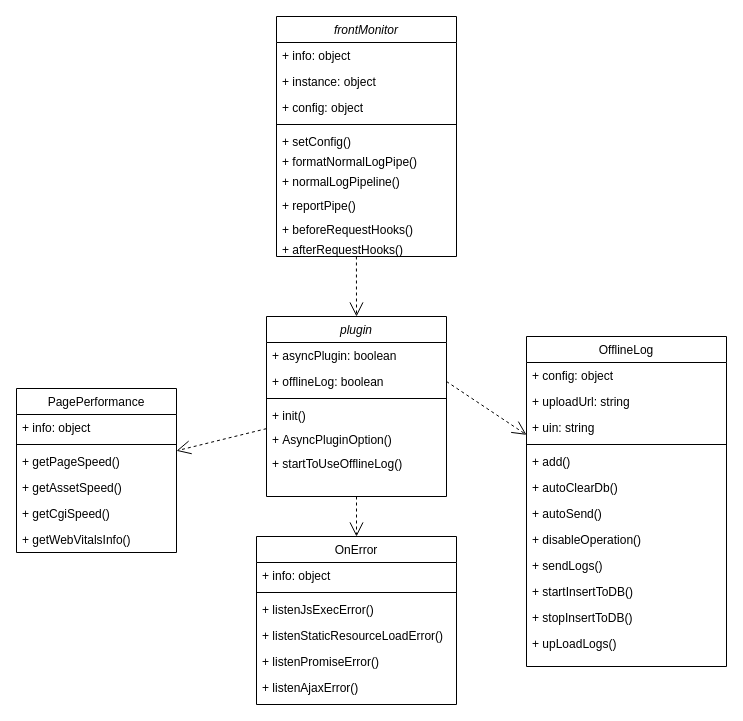
Above: 前端监控类图.drawio in FelixTt/repositoryForDraw.io (draw.io), before the change. Source tidied: cells renumbered, new cells numbered last; positions are measured from the earlier drawing's top-left corner, leaving out a move shared by most shapes. Both pictures are drawn from the tidied source at 100%, with x=0, y=0 at pixel (16, 16).
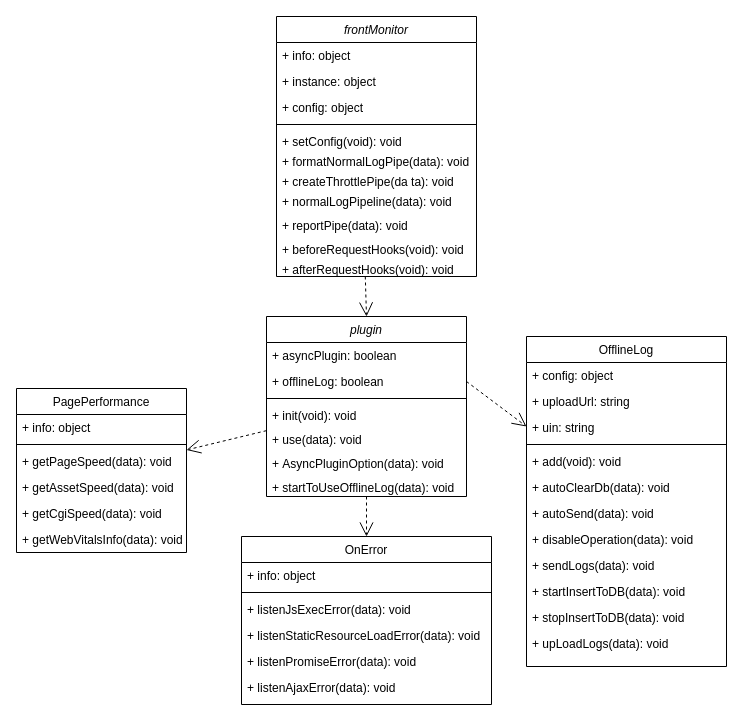
Above is the later version.

Commit message:
更新前端监控类图.drawio

Unchanged cells that the change refers to:
```xml
<mxCell id="16" value="OfflineLog" style="swimlane;fontStyle=0;align=center;verticalAlign=top;horizontal=1;startSize=26;rounded=0;shadow=0;strokeWidth=1;" parent="1" vertex="1">
  <mxGeometry x="510" y="320" width="200" height="330" as="geometry" />
</mxCell>
```

The edit, as a diff of the source:
```diff
@@
     <mxCell id="2" value="OnError" style="swimlane;fontStyle=0;align=center;verticalAlign=top;horizontal=1;startSize=26;rounded=0;shadow=0;strokeWidth=1;" parent="1" vertex="1">
-      <mxGeometry x="240" y="520" width="200" height="168" as="geometry" />
+      <mxGeometry x="225" y="520" width="250" height="168" as="geometry" />
     </mxCell>
-    <mxCell id="3" value="+ info: object" style="text;align=left;verticalAlign=top;spacingLeft=4;spacingRight=4;overflow=hidden;" parent="2" vertex="1">
-      <mxGeometry y="26" width="200" height="26" as="geometry" />
-    </mxCell>
-    <mxCell id="4" style="line;html=1;strokeWidth=1;align=left;verticalAlign=middle;spacingTop=-1;spacingLeft=3;spacingRight=3;labelPosition=right;" parent="2" vertex="1">
-      <mxGeometry y="52" width="200" height="8" as="geometry" />
-    </mxCell>
-    <mxCell id="5" value="+ listenJsExecError()" style="text;align=left;verticalAlign=top;spacingLeft=4;spacingRight=4;overflow=hidden;" parent="2" vertex="1">
-      <mxGeometry y="60" width="200" height="26" as="geometry" />
-    </mxCell>
-    <mxCell id="6" value="+ listenStaticResourceLoadError()" style="text;align=left;verticalAlign=top;spacingLeft=4;spacingRight=4;overflow=hidden;rounded=0;shadow=0;html=0;" parent="2" vertex="1">
-      <mxGeometry y="86" width="200" height="26" as="geometry" />
-    </mxCell>
-    <mxCell id="7" value="+ listenPromiseError()" style="text;align=left;verticalAlign=top;spacingLeft=4;spacingRight=4;overflow=hidden;rounded=0;shadow=0;html=0;" parent="2" vertex="1">
-      <mxGeometry y="112" width="200" height="26" as="geometry" />
-    </mxCell>
-    <mxCell id="8" value="+ listenAjaxError()" style="text;align=left;verticalAlign=top;spacingLeft=4;spacingRight=4;overflow=hidden;rounded=0;shadow=0;html=0;" parent="2" vertex="1">
-      <mxGeometry y="138" width="200" height="26" as="geometry" />
-    </mxCell>
+    <mxCell id="51" value="+ info: object" style="text;align=left;verticalAlign=top;spacingLeft=4;spacingRight=4;overflow=hidden;" parent="2" vertex="1">
+      <mxGeometry y="26" width="250" height="26" as="geometry" />
+    </mxCell>
+    <mxCell id="52" style="line;html=1;strokeWidth=1;align=left;verticalAlign=middle;spacingTop=-1;spacingLeft=3;spacingRight=3;labelPosition=right;" parent="2" vertex="1">
+      <mxGeometry y="52" width="250" height="8" as="geometry" />
+    </mxCell>
+    <mxCell id="53" value="+ listenJsExecError(data): void" style="text;align=left;verticalAlign=top;spacingLeft=4;spacingRight=4;overflow=hidden;" parent="2" vertex="1">
+      <mxGeometry y="60" width="250" height="26" as="geometry" />
+    </mxCell>
+    <mxCell id="54" value="+ listenStaticResourceLoadError(data): void" style="text;align=left;verticalAlign=top;spacingLeft=4;spacingRight=4;overflow=hidden;rounded=0;shadow=0;html=0;" parent="2" vertex="1">
+      <mxGeometry y="86" width="250" height="26" as="geometry" />
+    </mxCell>
+    <mxCell id="55" value="+ listenPromiseError(data): void" style="text;align=left;verticalAlign=top;spacingLeft=4;spacingRight=4;overflow=hidden;rounded=0;shadow=0;html=0;" parent="2" vertex="1">
+      <mxGeometry y="112" width="250" height="26" as="geometry" />
+    </mxCell>
+    <mxCell id="56" value="+ listenAjaxError(data): void" style="text;align=left;verticalAlign=top;spacingLeft=4;spacingRight=4;overflow=hidden;rounded=0;shadow=0;html=0;" parent="2" vertex="1">
+      <mxGeometry y="138" width="250" height="26" as="geometry" />
+    </mxCell>
     <mxCell id="9" value="PagePerformance" style="swimlane;fontStyle=0;align=center;verticalAlign=top;horizontal=1;startSize=26;rounded=0;shadow=0;strokeWidth=1;" parent="1" vertex="1">
-      <mxGeometry y="372" width="160" height="164" as="geometry" />
+      <mxGeometry y="372" width="170" height="164" as="geometry" />
     </mxCell>
-    <mxCell id="10" value="+ info: object" style="text;align=left;verticalAlign=top;spacingLeft=4;spacingRight=4;overflow=hidden;" parent="9" vertex="1">
-      <mxGeometry y="26" width="160" height="26" as="geometry" />
-    </mxCell>
-    <mxCell id="11" style="line;html=1;strokeWidth=1;align=left;verticalAlign=middle;spacingTop=-1;spacingLeft=3;spacingRight=3;labelPosition=right;" parent="9" vertex="1">
-      <mxGeometry y="52" width="160" height="8" as="geometry" />
-    </mxCell>
-    <mxCell id="12" value="+ getPageSpeed()" style="text;align=left;verticalAlign=top;spacingLeft=4;spacingRight=4;overflow=hidden;rounded=0;shadow=0;html=0;" parent="9" vertex="1">
-      <mxGeometry y="60" width="160" height="26" as="geometry" />
-    </mxCell>
-    <mxCell id="13" value="+ getAssetSpeed()" style="text;align=left;verticalAlign=top;spacingLeft=4;spacingRight=4;overflow=hidden;" parent="9" vertex="1">
-      <mxGeometry y="86" width="160" height="26" as="geometry" />
-    </mxCell>
-    <mxCell id="14" value="+ getCgiSpeed()" style="text;align=left;verticalAlign=top;spacingLeft=4;spacingRight=4;overflow=hidden;rounded=0;shadow=0;html=0;" parent="9" vertex="1">
-      <mxGeometry y="112" width="160" height="26" as="geometry" />
-    </mxCell>
-    <mxCell id="15" value="+ getWebVitalsInfo()" style="text;align=left;verticalAlign=top;spacingLeft=4;spacingRight=4;overflow=hidden;rounded=0;shadow=0;html=0;" parent="9" vertex="1">
-      <mxGeometry y="138" width="160" height="26" as="geometry" />
-    </mxCell>
+    <mxCell id="57" value="+ info: object" style="text;align=left;verticalAlign=top;spacingLeft=4;spacingRight=4;overflow=hidden;" parent="9" vertex="1">
+      <mxGeometry y="26" width="170" height="26" as="geometry" />
+    </mxCell>
+    <mxCell id="58" style="line;html=1;strokeWidth=1;align=left;verticalAlign=middle;spacingTop=-1;spacingLeft=3;spacingRight=3;labelPosition=right;" parent="9" vertex="1">
+      <mxGeometry y="52" width="170" height="8" as="geometry" />
+    </mxCell>
+    <mxCell id="59" value="+ getPageSpeed(data): void" style="text;align=left;verticalAlign=top;spacingLeft=4;spacingRight=4;overflow=hidden;rounded=0;shadow=0;html=0;" parent="9" vertex="1">
+      <mxGeometry y="60" width="170" height="26" as="geometry" />
+    </mxCell>
+    <mxCell id="60" value="+ getAssetSpeed(data): void" style="text;align=left;verticalAlign=top;spacingLeft=4;spacingRight=4;overflow=hidden;" parent="9" vertex="1">
+      <mxGeometry y="86" width="170" height="26" as="geometry" />
+    </mxCell>
+    <mxCell id="61" value="+ getCgiSpeed(data): void" style="text;align=left;verticalAlign=top;spacingLeft=4;spacingRight=4;overflow=hidden;rounded=0;shadow=0;html=0;" parent="9" vertex="1">
+      <mxGeometry y="112" width="170" height="26" as="geometry" />
+    </mxCell>
+    <mxCell id="62" value="+ getWebVitalsInfo(data): void" style="text;align=left;verticalAlign=top;spacingLeft=4;spacingRight=4;overflow=hidden;rounded=0;shadow=0;html=0;" parent="9" vertex="1">
+      <mxGeometry y="138" width="170" height="26" as="geometry" />
+    </mxCell>
@@
-    <mxCell id="20" style="line;html=1;strokeWidth=1;align=left;verticalAlign=middle;spacingTop=-1;spacingLeft=3;spacingRight=3;labelPosition=right;" parent="16" vertex="1">
-      <mxGeometry y="104" width="200" height="8" as="geometry" />
-    </mxCell>
-    <mxCell id="21" value="+ add()" style="text;align=left;verticalAlign=top;spacingLeft=4;spacingRight=4;overflow=hidden;" parent="16" vertex="1">
-      <mxGeometry y="112" width="200" height="26" as="geometry" />
-    </mxCell>
-    <mxCell id="22" value="+ autoClearDb()" style="text;align=left;verticalAlign=top;spacingLeft=4;spacingRight=4;overflow=hidden;rounded=0;shadow=0;html=0;" parent="16" vertex="1">
-      <mxGeometry y="138" width="200" height="26" as="geometry" />
-    </mxCell>
-    <mxCell id="23" value="+ autoSend()" style="text;align=left;verticalAlign=top;spacingLeft=4;spacingRight=4;overflow=hidden;rounded=0;shadow=0;html=0;" parent="16" vertex="1">
-      <mxGeometry y="164" width="200" height="26" as="geometry" />
-    </mxCell>
-    <mxCell id="24" value="+ disableOperation()" style="text;align=left;verticalAlign=top;spacingLeft=4;spacingRight=4;overflow=hidden;rounded=0;shadow=0;html=0;" parent="16" vertex="1">
-      <mxGeometry y="190" width="200" height="26" as="geometry" />
-    </mxCell>
-    <mxCell id="25" value="+ sendLogs()" style="text;align=left;verticalAlign=top;spacingLeft=4;spacingRight=4;overflow=hidden;rounded=0;shadow=0;html=0;" parent="16" vertex="1">
-      <mxGeometry y="216" width="200" height="26" as="geometry" />
-    </mxCell>
-    <mxCell id="26" value="+ startInsertToDB()" style="text;align=left;verticalAlign=top;spacingLeft=4;spacingRight=4;overflow=hidden;rounded=0;shadow=0;html=0;" parent="16" vertex="1">
-      <mxGeometry y="242" width="200" height="26" as="geometry" />
-    </mxCell>
-    <mxCell id="27" value="+ stopInsertToDB()" style="text;align=left;verticalAlign=top;spacingLeft=4;spacingRight=4;overflow=hidden;rounded=0;shadow=0;html=0;" parent="16" vertex="1">
-      <mxGeometry y="268" width="200" height="26" as="geometry" />
-    </mxCell>
-    <mxCell id="28" value="+ upLoadLogs()" style="text;align=left;verticalAlign=top;spacingLeft=4;spacingRight=4;overflow=hidden;rounded=0;shadow=0;html=0;" parent="16" vertex="1">
-      <mxGeometry y="294" width="200" height="26" as="geometry" />
-    </mxCell>
+    <mxCell id="63" style="line;html=1;strokeWidth=1;align=left;verticalAlign=middle;spacingTop=-1;spacingLeft=3;spacingRight=3;labelPosition=right;" parent="16" vertex="1">
+      <mxGeometry y="104" width="200" height="8" as="geometry" />
+    </mxCell>
+    <mxCell id="64" value="+ add(void): void" style="text;align=left;verticalAlign=top;spacingLeft=4;spacingRight=4;overflow=hidden;" parent="16" vertex="1">
+      <mxGeometry y="112" width="200" height="26" as="geometry" />
+    </mxCell>
+    <mxCell id="65" value="+ autoClearDb(data): void" style="text;align=left;verticalAlign=top;spacingLeft=4;spacingRight=4;overflow=hidden;rounded=0;shadow=0;html=0;" parent="16" vertex="1">
+      <mxGeometry y="138" width="200" height="26" as="geometry" />
+    </mxCell>
+    <mxCell id="66" value="+ autoSend(data): void" style="text;align=left;verticalAlign=top;spacingLeft=4;spacingRight=4;overflow=hidden;rounded=0;shadow=0;html=0;" parent="16" vertex="1">
+      <mxGeometry y="164" width="200" height="26" as="geometry" />
+    </mxCell>
+    <mxCell id="67" value="+ disableOperation(data): void" style="text;align=left;verticalAlign=top;spacingLeft=4;spacingRight=4;overflow=hidden;rounded=0;shadow=0;html=0;" parent="16" vertex="1">
+      <mxGeometry y="190" width="200" height="26" as="geometry" />
+    </mxCell>
+    <mxCell id="68" value="+ sendLogs(data): void" style="text;align=left;verticalAlign=top;spacingLeft=4;spacingRight=4;overflow=hidden;rounded=0;shadow=0;html=0;" parent="16" vertex="1">
+      <mxGeometry y="216" width="200" height="26" as="geometry" />
+    </mxCell>
+    <mxCell id="69" value="+ startInsertToDB(data): void" style="text;align=left;verticalAlign=top;spacingLeft=4;spacingRight=4;overflow=hidden;rounded=0;shadow=0;html=0;" parent="16" vertex="1">
+      <mxGeometry y="242" width="200" height="26" as="geometry" />
+    </mxCell>
+    <mxCell id="70" value="+ stopInsertToDB(data): void" style="text;align=left;verticalAlign=top;spacingLeft=4;spacingRight=4;overflow=hidden;rounded=0;shadow=0;html=0;" parent="16" vertex="1">
+      <mxGeometry y="268" width="200" height="26" as="geometry" />
+    </mxCell>
+    <mxCell id="71" value="+ upLoadLogs(data): void" style="text;align=left;verticalAlign=top;spacingLeft=4;spacingRight=4;overflow=hidden;rounded=0;shadow=0;html=0;" parent="16" vertex="1">
+      <mxGeometry y="294" width="200" height="26" as="geometry" />
+    </mxCell>
     <mxCell id="29" value="plugin" style="swimlane;fontStyle=2;align=center;verticalAlign=top;horizontal=1;startSize=26;rounded=0;shadow=0;strokeWidth=1;" parent="1" vertex="1">
-      <mxGeometry x="250" y="300" width="180" height="180" as="geometry" />
+      <mxGeometry x="250" y="300" width="200" height="180" as="geometry" />
     </mxCell>
     <mxCell id="30" value="+ asyncPlugin: boolean" style="text;align=left;verticalAlign=top;spacingLeft=4;spacingRight=4;overflow=hidden;" parent="29" vertex="1">
-      <mxGeometry y="26" width="180" height="26" as="geometry" />
+      <mxGeometry y="26" width="200" height="26" as="geometry" />
     </mxCell>
     <mxCell id="31" value="+ offlineLog: boolean" style="text;align=left;verticalAlign=top;spacingLeft=4;spacingRight=4;overflow=hidden;points=[[0,0.5],[1,0.5]];portConstraint=eastwest;rounded=0;shadow=0;html=0;" parent="29" vertex="1">
-      <mxGeometry y="52" width="180" height="26" as="geometry" />
+      <mxGeometry y="52" width="200" height="26" as="geometry" />
     </mxCell>
-    <mxCell id="32" style="line;html=1;strokeWidth=1;align=left;verticalAlign=middle;spacingTop=-1;spacingLeft=3;spacingRight=3;labelPosition=right;" parent="29" vertex="1">
-      <mxGeometry y="78" width="180" height="8" as="geometry" />
-    </mxCell>
-    <mxCell id="33" value="+ init()" style="text;align=left;verticalAlign=top;spacingLeft=4;spacingRight=4;overflow=hidden;" parent="29" vertex="1">
-      <mxGeometry y="86" width="180" height="24" as="geometry" />
-    </mxCell>
-    <mxCell id="34" value="+ AsyncPluginOption()" style="text;align=left;verticalAlign=top;spacingLeft=4;spacingRight=4;overflow=hidden;" parent="29" vertex="1">
-      <mxGeometry y="110" width="180" height="24" as="geometry" />
-    </mxCell>
-    <mxCell id="35" value="+ startToUseOfflineLog()" style="text;align=left;verticalAlign=top;spacingLeft=4;spacingRight=4;overflow=hidden;" parent="29" vertex="1">
-      <mxGeometry y="134" width="180" height="20" as="geometry" />
-    </mxCell>
+    <mxCell id="72" style="line;html=1;strokeWidth=1;align=left;verticalAlign=middle;spacingTop=-1;spacingLeft=3;spacingRight=3;labelPosition=right;" parent="29" vertex="1">
+      <mxGeometry y="78" width="200" height="8" as="geometry" />
+    </mxCell>
+    <mxCell id="73" value="+ init(void): void" style="text;align=left;verticalAlign=top;spacingLeft=4;spacingRight=4;overflow=hidden;" parent="29" vertex="1">
+      <mxGeometry y="86" width="200" height="24" as="geometry" />
+    </mxCell>
+    <mxCell id="74" value="+ use(data): void" style="text;align=left;verticalAlign=top;spacingLeft=4;spacingRight=4;overflow=hidden;" parent="29" vertex="1">
+      <mxGeometry y="110" width="200" height="24" as="geometry" />
+    </mxCell>
+    <mxCell id="75" value="+ AsyncPluginOption(data): void" style="text;align=left;verticalAlign=top;spacingLeft=4;spacingRight=4;overflow=hidden;" parent="29" vertex="1">
+      <mxGeometry y="134" width="200" height="24" as="geometry" />
+    </mxCell>
+    <mxCell id="76" value="+ startToUseOfflineLog(data): void" style="text;align=left;verticalAlign=top;spacingLeft=4;spacingRight=4;overflow=hidden;" parent="29" vertex="1">
+      <mxGeometry y="158" width="200" height="20" as="geometry" />
+    </mxCell>
@@
     <mxCell id="39" value="frontMonitor" style="swimlane;fontStyle=2;align=center;verticalAlign=top;horizontal=1;startSize=26;rounded=0;shadow=0;strokeWidth=1;" parent="1" vertex="1">
-      <mxGeometry x="260" width="180" height="240" as="geometry" />
+      <mxGeometry x="260" width="200" height="260" as="geometry" />
     </mxCell>
-    <mxCell id="40" value="+ info: object" style="text;align=left;verticalAlign=top;spacingLeft=4;spacingRight=4;overflow=hidden;" parent="39" vertex="1">
-      <mxGeometry y="26" width="180" height="26" as="geometry" />
-    </mxCell>
+    <mxCell id="3" value="+ info: object" style="text;align=left;verticalAlign=top;spacingLeft=4;spacingRight=4;overflow=hidden;" parent="39" vertex="1">
+      <mxGeometry y="26" width="200" height="26" as="geometry" />
+    </mxCell>
     <mxCell id="41" value="+ instance: object" style="text;align=left;verticalAlign=top;spacingLeft=4;spacingRight=4;overflow=hidden;rounded=0;shadow=0;html=0;" parent="39" vertex="1">
-      <mxGeometry y="52" width="180" height="26" as="geometry" />
+      <mxGeometry y="52" width="200" height="26" as="geometry" />
     </mxCell>
     <mxCell id="42" value="+ config: object" style="text;align=left;verticalAlign=top;spacingLeft=4;spacingRight=4;overflow=hidden;rounded=0;shadow=0;html=0;" parent="39" vertex="1">
-      <mxGeometry y="78" width="180" height="26" as="geometry" />
+      <mxGeometry y="78" width="200" height="26" as="geometry" />
     </mxCell>
-    <mxCell id="43" style="line;html=1;strokeWidth=1;align=left;verticalAlign=middle;spacingTop=-1;spacingLeft=3;spacingRight=3;labelPosition=right;" parent="39" vertex="1">
-      <mxGeometry y="104" width="180" height="8" as="geometry" />
-    </mxCell>
-    <mxCell id="44" value="+ setConfig()" style="text;align=left;verticalAlign=top;spacingLeft=4;spacingRight=4;overflow=hidden;" parent="39" vertex="1">
-      <mxGeometry y="112" width="180" height="20" as="geometry" />
-    </mxCell>
-    <mxCell id="45" value="+ formatNormalLogPipe()" style="text;align=left;verticalAlign=top;spacingLeft=4;spacingRight=4;overflow=hidden;" parent="39" vertex="1">
-      <mxGeometry y="132" width="180" height="20" as="geometry" />
-    </mxCell>
-    <mxCell id="46" value="+ normalLogPipeline()" style="text;align=left;verticalAlign=top;spacingLeft=4;spacingRight=4;overflow=hidden;" parent="39" vertex="1">
-      <mxGeometry y="152" width="180" height="24" as="geometry" />
-    </mxCell>
-    <mxCell id="47" value="+ reportPipe()" style="text;align=left;verticalAlign=top;spacingLeft=4;spacingRight=4;overflow=hidden;" parent="39" vertex="1">
-      <mxGeometry y="176" width="180" height="24" as="geometry" />
-    </mxCell>
-    <mxCell id="48" value="+ beforeRequestHooks()" style="text;align=left;verticalAlign=top;spacingLeft=4;spacingRight=4;overflow=hidden;" parent="39" vertex="1">
-      <mxGeometry y="200" width="180" height="20" as="geometry" />
-    </mxCell>
-    <mxCell id="49" value="+ afterRequestHooks()" style="text;align=left;verticalAlign=top;spacingLeft=4;spacingRight=4;overflow=hidden;points=[[0,0.5],[1,0.5]];portConstraint=eastwest;" parent="39" vertex="1">
-      <mxGeometry y="220" width="180" height="20" as="geometry" />
-    </mxCell>
-    <mxCell id="50" style="endArrow=open;endSize=12;dashed=1;html=1;rounded=0;exitX=0.444;exitY=1;exitDx=0;exitDy=0;exitPerimeter=0;entryX=0.5;entryY=0;entryDx=0;entryDy=0;" parent="1" edge="1" source="49" target="29">
-      <mxGeometry relative="1" as="geometry" />
-    </mxCell>
+    <mxCell id="77" style="line;html=1;strokeWidth=1;align=left;verticalAlign=middle;spacingTop=-1;spacingLeft=3;spacingRight=3;labelPosition=right;" parent="39" vertex="1">
+      <mxGeometry y="104" width="200" height="8" as="geometry" />
+    </mxCell>
+    <mxCell id="78" value="+ setConfig(void): void" style="text;align=left;verticalAlign=top;spacingLeft=4;spacingRight=4;overflow=hidden;" parent="39" vertex="1">
+      <mxGeometry y="112" width="200" height="20" as="geometry" />
+    </mxCell>
+    <mxCell id="79" value="+ formatNormalLogPipe(data): void" style="text;align=left;verticalAlign=top;spacingLeft=4;spacingRight=4;overflow=hidden;" parent="39" vertex="1">
+      <mxGeometry y="132" width="200" height="20" as="geometry" />
+    </mxCell>
+    <mxCell id="80" value="+ createThrottlePipe(da ta): void" style="text;align=left;verticalAlign=top;spacingLeft=4;spacingRight=4;overflow=hidden;" parent="39" vertex="1">
+      <mxGeometry y="152" width="200" height="20" as="geometry" />
+    </mxCell>
+    <mxCell id="81" value="+ normalLogPipeline(data): void" style="text;align=left;verticalAlign=top;spacingLeft=4;spacingRight=4;overflow=hidden;" parent="39" vertex="1">
+      <mxGeometry y="172" width="200" height="24" as="geometry" />
+    </mxCell>
+    <mxCell id="82" value="+ reportPipe(data): void" style="text;align=left;verticalAlign=top;spacingLeft=4;spacingRight=4;overflow=hidden;" parent="39" vertex="1">
+      <mxGeometry y="196" width="200" height="24" as="geometry" />
+    </mxCell>
+    <mxCell id="83" value="+ beforeRequestHooks(void): void" style="text;align=left;verticalAlign=top;spacingLeft=4;spacingRight=4;overflow=hidden;" parent="39" vertex="1">
+      <mxGeometry y="220" width="200" height="20" as="geometry" />
+    </mxCell>
+    <mxCell id="84" value="+ afterRequestHooks(void): void" style="text;align=left;verticalAlign=top;spacingLeft=4;spacingRight=4;overflow=hidden;points=[[0,0.5],[1,0.5]];portConstraint=eastwest;" parent="39" vertex="1">
+      <mxGeometry y="240" width="200" height="20" as="geometry" />
+    </mxCell>
+    <mxCell id="85" style="endArrow=open;endSize=12;dashed=1;html=1;rounded=0;exitX=0.444;exitY=1;exitDx=0;exitDy=0;exitPerimeter=0;entryX=0.5;entryY=0;entryDx=0;entryDy=0;" parent="1" edge="1" source="84" target="29">
+      <mxGeometry relative="1" as="geometry" />
+    </mxCell>
```
